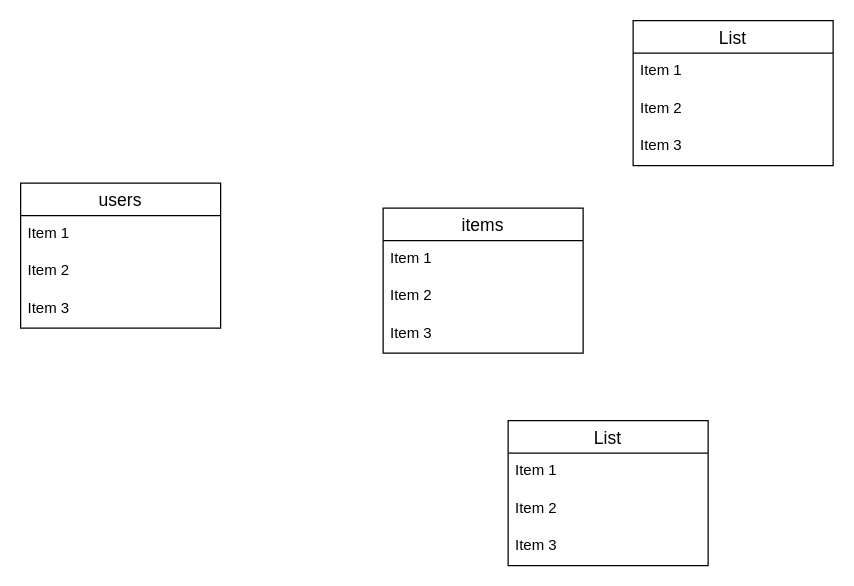
Harada-Yudai/furima-36833 keeps this draw.io diagram as ER.dio. Above is the earlier version. Source tidied: cells renumbered, new cells numbered last; positions are measured from the earlier drawing's top-left corner, leaving out a move shared by most shapes. Both pictures are drawn from the tidied source at 125%, with x=0, y=0 at pixel (20, 20).
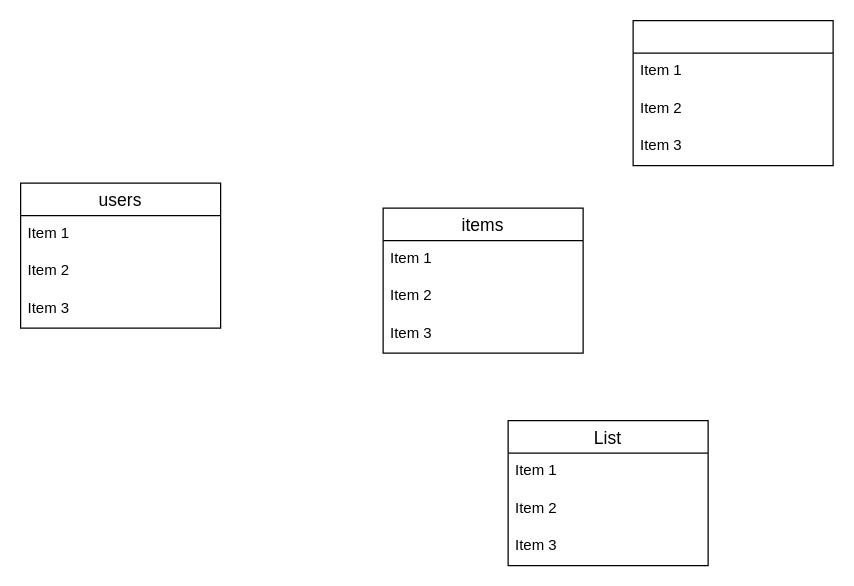
The same page after the edit.

Change to the diagram source:
```diff
@@
 <mxGraphModel>
   <root>
     <mxCell id="0" />
     <mxCell id="1" parent="0" />
     <mxCell id="2" value="users" style="swimlane;fontStyle=0;horizontal=1;startSize=26;align=center;fontSize=14;" parent="1" vertex="1">
       <mxGeometry y="130" width="160" height="116" as="geometry" />
     </mxCell>
     <mxCell id="3" value="Item 1" style="text;strokeColor=none;fillColor=none;spacingLeft=4;spacingRight=4;overflow=hidden;fontSize=12;" parent="2" vertex="1">
       <mxGeometry y="26" width="160" height="30" as="geometry" />
     </mxCell>
     <mxCell id="4" value="Item 2" style="text;strokeColor=none;fillColor=none;spacingLeft=4;spacingRight=4;overflow=hidden;fontSize=12;" parent="2" vertex="1">
       <mxGeometry y="56" width="160" height="30" as="geometry" />
     </mxCell>
     <mxCell id="5" value="Item 3" style="text;strokeColor=none;fillColor=none;spacingLeft=4;spacingRight=4;overflow=hidden;fontSize=12;" parent="2" vertex="1">
       <mxGeometry y="86" width="160" height="30" as="geometry" />
     </mxCell>
     <mxCell id="6" value="List" style="swimlane;fontStyle=0;horizontal=1;startSize=26;align=center;fontSize=14;" parent="1" vertex="1">
       <mxGeometry x="390" y="320" width="160" height="116" as="geometry" />
     </mxCell>
     <mxCell id="7" value="Item 1" style="text;strokeColor=none;fillColor=none;spacingLeft=4;spacingRight=4;overflow=hidden;fontSize=12;" parent="6" vertex="1">
       <mxGeometry y="26" width="160" height="30" as="geometry" />
     </mxCell>
     <mxCell id="8" value="Item 2" style="text;strokeColor=none;fillColor=none;spacingLeft=4;spacingRight=4;overflow=hidden;fontSize=12;" parent="6" vertex="1">
       <mxGeometry y="56" width="160" height="30" as="geometry" />
     </mxCell>
     <mxCell id="9" value="Item 3" style="text;strokeColor=none;fillColor=none;spacingLeft=4;spacingRight=4;overflow=hidden;fontSize=12;" parent="6" vertex="1">
       <mxGeometry y="86" width="160" height="30" as="geometry" />
     </mxCell>
-    <mxCell id="10" value="List" style="swimlane;fontStyle=0;horizontal=1;startSize=26;align=center;fontSize=14;" parent="1" vertex="1">
+    <mxCell id="10" style="swimlane;fontStyle=0;horizontal=1;startSize=26;align=center;fontSize=14;" parent="1" vertex="1">
       <mxGeometry x="490" width="160" height="116" as="geometry" />
     </mxCell>
     <mxCell id="11" value="Item 1" style="text;strokeColor=none;fillColor=none;spacingLeft=4;spacingRight=4;overflow=hidden;fontSize=12;" parent="10" vertex="1">
       <mxGeometry y="26" width="160" height="30" as="geometry" />
     </mxCell>
     <mxCell id="12" value="Item 2" style="text;strokeColor=none;fillColor=none;spacingLeft=4;spacingRight=4;overflow=hidden;fontSize=12;" parent="10" vertex="1">
       <mxGeometry y="56" width="160" height="30" as="geometry" />
     </mxCell>
     <mxCell id="13" value="Item 3" style="text;strokeColor=none;fillColor=none;spacingLeft=4;spacingRight=4;overflow=hidden;fontSize=12;" parent="10" vertex="1">
       <mxGeometry y="86" width="160" height="30" as="geometry" />
     </mxCell>
     <mxCell id="14" value="items" style="swimlane;fontStyle=0;horizontal=1;startSize=26;align=center;fontSize=14;" parent="1" vertex="1">
       <mxGeometry x="290" y="150" width="160" height="116" as="geometry" />
     </mxCell>
     <mxCell id="15" value="Item 1" style="text;strokeColor=none;fillColor=none;spacingLeft=4;spacingRight=4;overflow=hidden;fontSize=12;" parent="14" vertex="1">
       <mxGeometry y="26" width="160" height="30" as="geometry" />
     </mxCell>
     <mxCell id="16" value="Item 2" style="text;strokeColor=none;fillColor=none;spacingLeft=4;spacingRight=4;overflow=hidden;fontSize=12;" parent="14" vertex="1">
       <mxGeometry y="56" width="160" height="30" as="geometry" />
     </mxCell>
     <mxCell id="17" value="Item 3" style="text;strokeColor=none;fillColor=none;spacingLeft=4;spacingRight=4;overflow=hidden;fontSize=12;" parent="14" vertex="1">
       <mxGeometry y="86" width="160" height="30" as="geometry" />
     </mxCell>
   </root>
 </mxGraphModel>
```
